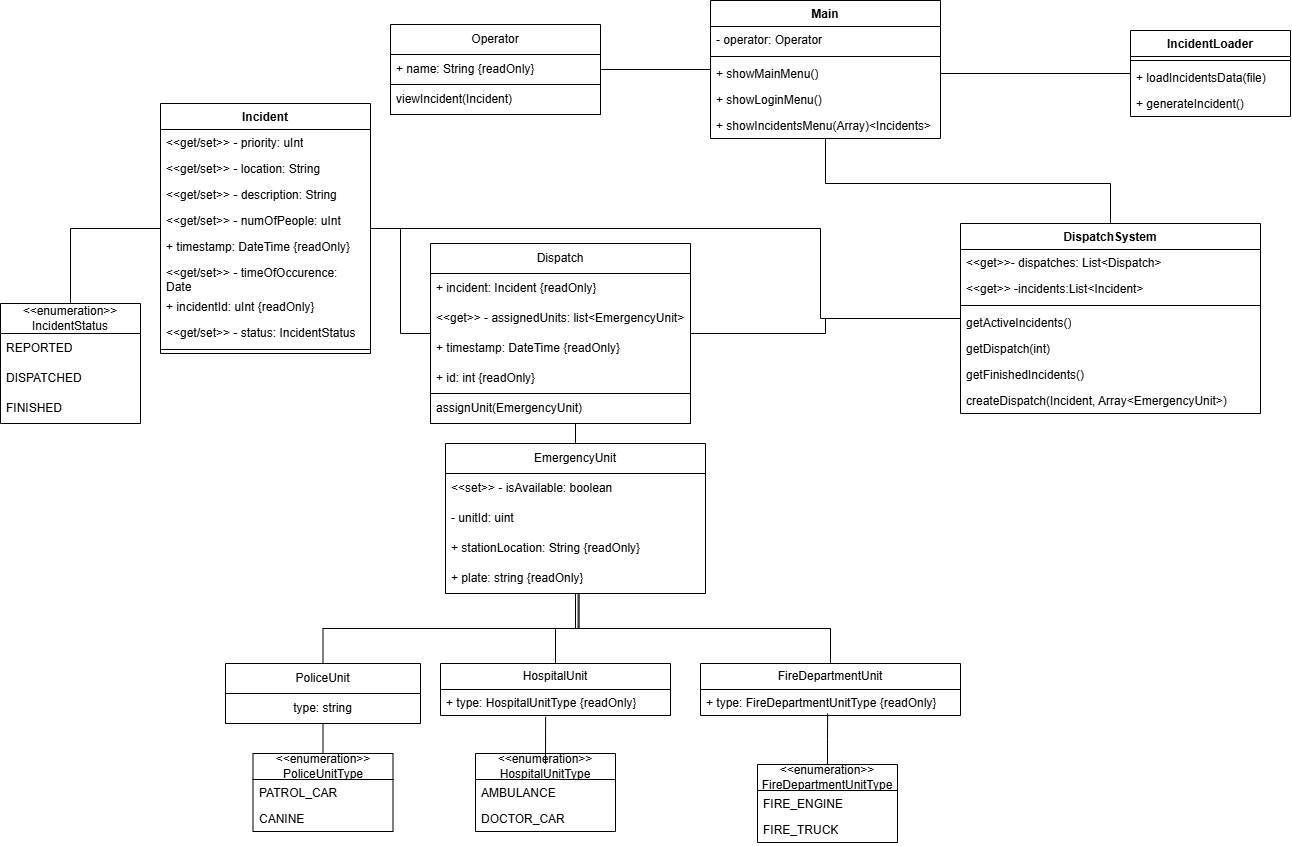
Strifonov-tech/SDU-group-semesterp-1- keeps this draw.io diagram as Documents/UMLFinalDiagram.png. Above is the earlier version. Source tidied: cells renumbered, new cells last; positions are measured from the earlier drawing's top-left corner, leaving out a move shared by most shapes.
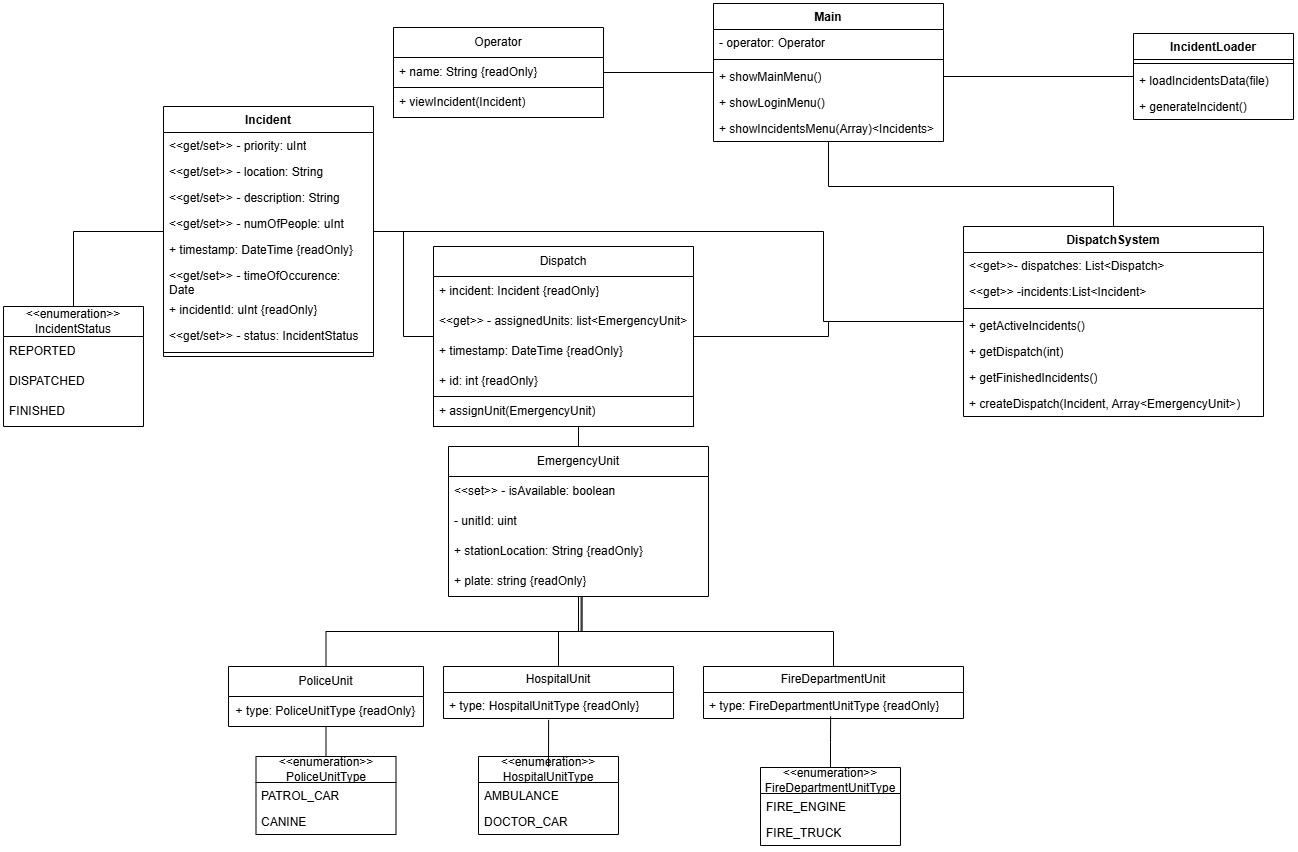
After the commit.

Commit message:
updated the uml diagram and presentation with the fixed diagram

What changed in the source:
```diff
@@ -23,7 +23,7 @@
     <mxCell id="8" value="PoliceUnit" style="swimlane;fontStyle=0;horizontal=1;startSize=30;whiteSpace=wrap;html=1;" parent="1" vertex="1">
       <mxGeometry x="225" y="663" width="195" height="60" as="geometry" />
     </mxCell>
-    <mxCell id="9" value="type: string" style="text;html=1;whiteSpace=wrap;strokeColor=none;fillColor=none;align=center;verticalAlign=middle;rounded=0;" parent="8" vertex="1">
+    <mxCell id="9" value="+ type: PoliceUnitType {readOnly}" style="text;html=1;whiteSpace=wrap;strokeColor=none;fillColor=none;align=center;verticalAlign=middle;rounded=0;" parent="8" vertex="1">
       <mxGeometry y="30" width="195" height="30" as="geometry" />
     </mxCell>
     <mxCell id="10" value="Operator" style="swimlane;fontStyle=0;horizontal=1;startSize=30;whiteSpace=wrap;html=1;" parent="1" vertex="1">
@@ -32,7 +32,7 @@
     <mxCell id="11" value="+ name: String {readOnly}" style="text;strokeColor=none;fillColor=none;align=left;verticalAlign=middle;spacingLeft=4;spacingRight=4;overflow=hidden;points=[[0,0.5],[1,0.5]];portConstraint=eastwest;whiteSpace=wrap;html=1;" parent="10" vertex="1">
       <mxGeometry y="30" width="210" height="30" as="geometry" />
     </mxCell>
-    <mxCell id="12" value="viewIncident(Incident)" style="text;strokeColor=default;fillColor=none;align=left;verticalAlign=middle;spacingLeft=4;spacingRight=4;overflow=hidden;whiteSpace=wrap;html=1;" parent="10" vertex="1">
+    <mxCell id="12" value="+ viewIncident(Incident)" style="text;strokeColor=default;fillColor=none;align=left;verticalAlign=middle;spacingLeft=4;spacingRight=4;overflow=hidden;whiteSpace=wrap;html=1;" parent="10" vertex="1">
       <mxGeometry y="60" width="210" height="30" as="geometry" />
     </mxCell>
     <mxCell id="13" style="edgeStyle=orthogonalEdgeStyle;rounded=0;jettySize=auto;html=1;entryX=0;entryY=0.5;entryDx=0;entryDy=0;defaultLabelBackgroundColor=page;exitX=0.5;exitY=0;exitDx=0;exitDy=0;endArrow=none;endFill=0;" parent="1" edge="1" source="47" target="37">
@@ -59,7 +59,7 @@
     <mxCell id="20" value="+ id: int {readOnly}" style="text;strokeColor=none;fillColor=none;align=left;verticalAlign=middle;spacingLeft=4;spacingRight=4;overflow=hidden;whiteSpace=wrap;html=1;" parent="16" vertex="1">
       <mxGeometry y="120" width="260" height="30" as="geometry" />
     </mxCell>
-    <mxCell id="21" value="assignUnit(EmergencyUnit)" style="text;strokeColor=default;fillColor=none;align=left;verticalAlign=middle;spacingLeft=4;spacingRight=4;overflow=hidden;whiteSpace=wrap;html=1;" parent="16" vertex="1">
+    <mxCell id="21" value="+ assignUnit(EmergencyUnit)" style="text;strokeColor=default;fillColor=none;align=left;verticalAlign=middle;spacingLeft=4;spacingRight=4;overflow=hidden;whiteSpace=wrap;html=1;" parent="16" vertex="1">
       <mxGeometry y="150" width="260" height="30" as="geometry" />
     </mxCell>
     <mxCell id="22" style="edgeStyle=orthogonalEdgeStyle;rounded=0;jettySize=auto;html=1;entryX=1;entryY=0.5;entryDx=0;entryDy=0;defaultLabelBackgroundColor=page;endArrow=none;endFill=0;" parent="1" edge="1" source="23" target="71">
@@ -97,16 +97,16 @@
     <mxCell id="31" style="line;strokeWidth=1;fillColor=none;align=left;verticalAlign=middle;spacingTop=-1;spacingLeft=3;spacingRight=3;labelPosition=right;strokeColor=inherit;labelPerimeter=1;" parent="28" vertex="1">
       <mxGeometry y="78" width="300" height="8" as="geometry" />
     </mxCell>
-    <mxCell id="32" value="getActiveIncidents()" style="text;strokeColor=none;fillColor=none;align=left;verticalAlign=top;spacingLeft=4;spacingRight=4;overflow=hidden;whiteSpace=wrap;html=1;" parent="28" vertex="1">
+    <mxCell id="32" value="+ getActiveIncidents()" style="text;strokeColor=none;fillColor=none;align=left;verticalAlign=top;spacingLeft=4;spacingRight=4;overflow=hidden;whiteSpace=wrap;html=1;" parent="28" vertex="1">
       <mxGeometry y="86" width="300" height="26" as="geometry" />
     </mxCell>
-    <mxCell id="33" value="getDispatch(int)" style="text;strokeColor=none;fillColor=none;align=left;verticalAlign=top;spacingLeft=4;spacingRight=4;overflow=hidden;whiteSpace=wrap;html=1;" parent="28" vertex="1">
+    <mxCell id="33" value="+ getDispatch(int)" style="text;strokeColor=none;fillColor=none;align=left;verticalAlign=top;spacingLeft=4;spacingRight=4;overflow=hidden;whiteSpace=wrap;html=1;" parent="28" vertex="1">
       <mxGeometry y="112" width="300" height="26" as="geometry" />
     </mxCell>
-    <mxCell id="34" value="getFinishedIncidents()" style="text;strokeColor=none;fillColor=none;align=left;verticalAlign=top;spacingLeft=4;spacingRight=4;overflow=hidden;whiteSpace=wrap;html=1;" parent="28" vertex="1">
+    <mxCell id="34" value="+ getFinishedIncidents()" style="text;strokeColor=none;fillColor=none;align=left;verticalAlign=top;spacingLeft=4;spacingRight=4;overflow=hidden;whiteSpace=wrap;html=1;" parent="28" vertex="1">
       <mxGeometry y="138" width="300" height="26" as="geometry" />
     </mxCell>
-    <mxCell id="35" value="createDispatch(Incident, Array&amp;lt;EmergencyUnit&amp;gt;)" style="text;strokeColor=none;fillColor=none;align=left;verticalAlign=top;spacingLeft=4;spacingRight=4;overflow=hidden;whiteSpace=wrap;html=1;" parent="28" vertex="1">
+    <mxCell id="35" value="+ createDispatch(Incident, Array&amp;lt;EmergencyUnit&amp;gt;)" style="text;strokeColor=none;fillColor=none;align=left;verticalAlign=top;spacingLeft=4;spacingRight=4;overflow=hidden;whiteSpace=wrap;html=1;" parent="28" vertex="1">
       <mxGeometry y="164" width="300" height="26" as="geometry" />
     </mxCell>
     <mxCell id="36" style="edgeStyle=orthogonalEdgeStyle;rounded=0;jettySize=auto;html=1;entryX=0;entryY=0.5;entryDx=0;entryDy=0;defaultLabelBackgroundColor=page;endArrow=none;endFill=0;" parent="1" edge="1" source="37" target="28">
```
